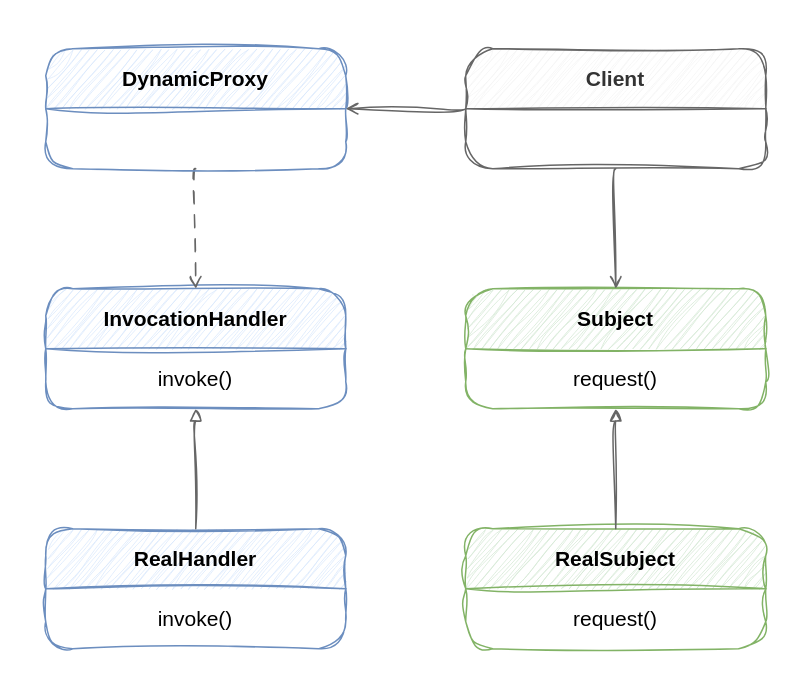
Earlier version of the draw.io diagram page "动态代理" (3 of 3) of assets/Java/JavaCore/Java基础.drawio (dunwu/waterdrop). Source tidied: cells renumbered, new cells numbered last; positions are measured from the earlier drawing's top-left corner, leaving out a move shared by most shapes. Both pictures are drawn from the tidied source at 150%, with x=0, y=0 at pixel (45, 48).
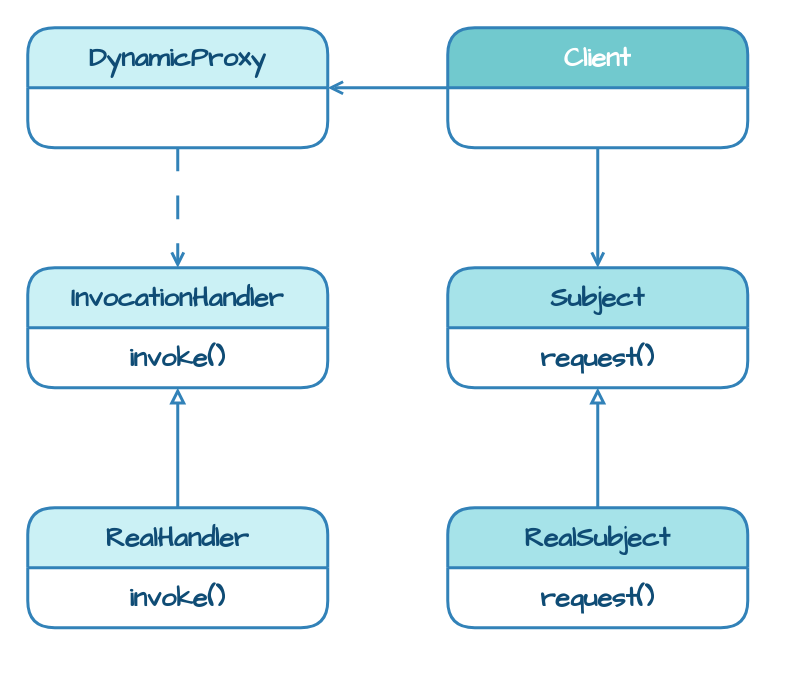
The same diagram, later.

The edit, as a diff of the source:
```diff
@@
 <mxGraphModel>
   <root>
     <mxCell id="0" />
     <mxCell id="1" parent="0" />
-    <mxCell id="2" style="group;" parent="1" vertex="1">
-      <mxGeometry width="480" height="400" as="geometry" />
-    </mxCell>
-    <mxCell id="3" value="InvocationHandler" style="swimlane;fontStyle=1;align=center;verticalAlign=middle;horizontal=1;startSize=40;whiteSpace=wrap;html=1;rounded=1;sketch=1;jiggle=2;curveFitting=1;strokeColor=#6c8ebf;fontFamily=Helvetica;fontSize=14;fillColor=#dae8fc;" parent="2" vertex="1">
-      <mxGeometry y="160" width="200" height="80" as="geometry" />
+    <mxCell id="3" value="InvocationHandler" style="swimlane;fontStyle=1;align=center;verticalAlign=middle;horizontal=1;startSize=40;whiteSpace=wrap;html=1;rounded=1;strokeColor=#3282B8;fontFamily=Comic Sans MS;fontSize=18;fillColor=#CBF1F5;fontColor=#0F4C75;strokeWidth=2;" parent="1" vertex="1">
+      <mxGeometry x="-12" y="146" width="200" height="80" as="geometry" />
     </mxCell>
-    <mxCell id="4" value="invoke()" style="text;strokeColor=none;fillColor=none;align=center;verticalAlign=middle;spacingLeft=4;spacingRight=4;overflow=hidden;whiteSpace=wrap;html=1;fontSize=14;fontFamily=Helvetica;fontColor=default;" parent="3" vertex="1">
+    <mxCell id="4" value="invoke()" style="text;strokeColor=none;fillColor=none;align=center;verticalAlign=middle;spacingLeft=4;spacingRight=4;overflow=hidden;whiteSpace=wrap;html=1;fontSize=18;fontFamily=Comic Sans MS;fontColor=#0F4C75;fontStyle=1;strokeWidth=2;" parent="3" vertex="1">
       <mxGeometry y="40" width="200" height="40" as="geometry" />
     </mxCell>
-    <mxCell id="5" style="edgeStyle=orthogonalEdgeStyle;jettySize=auto;html=1;exitX=0.5;exitY=1;exitDx=0;exitDy=0;entryX=0.5;entryY=0;entryDx=0;entryDy=0;fontFamily=Helvetica;fontSize=14;fontColor=default;endArrow=open;endFill=0;dashed=1;dashPattern=8 8;fillColor=#f5f5f5;strokeColor=#666666;curved=1;sketch=1;curveFitting=1;jiggle=2;" parent="2" edge="1" source="6" target="3">
+    <mxCell id="5" style="edgeStyle=orthogonalEdgeStyle;jettySize=auto;html=1;exitX=0.5;exitY=1;exitDx=0;exitDy=0;entryX=0.5;entryY=0;entryDx=0;entryDy=0;fontFamily=Comic Sans MS;fontSize=18;fontColor=#0F4C75;endArrow=open;endFill=0;dashed=1;dashPattern=8 8;fillColor=#f5f5f5;strokeColor=#3282B8;curved=1;fontStyle=1;strokeWidth=2;" parent="1" edge="1" source="6" target="3">
       <mxGeometry relative="1" as="geometry" />
     </mxCell>
-    <mxCell id="6" value="DynamicProxy" style="swimlane;fontStyle=1;align=center;verticalAlign=middle;horizontal=1;startSize=40;whiteSpace=wrap;html=1;rounded=1;sketch=1;jiggle=2;curveFitting=1;strokeColor=#6c8ebf;fontFamily=Helvetica;fontSize=14;fillColor=#dae8fc;" parent="2" vertex="1">
-      <mxGeometry width="200" height="80" as="geometry" />
+    <mxCell id="6" value="DynamicProxy" style="swimlane;fontStyle=1;align=center;verticalAlign=middle;horizontal=1;startSize=40;whiteSpace=wrap;html=1;rounded=1;strokeColor=#3282B8;fontFamily=Comic Sans MS;fontSize=18;fillColor=#CBF1F5;fontColor=#0F4C75;strokeWidth=2;" parent="1" vertex="1">
+      <mxGeometry x="-12" y="-14" width="200" height="80" as="geometry" />
     </mxCell>
-    <mxCell id="7" value="RealHandler" style="swimlane;fontStyle=1;align=center;verticalAlign=middle;horizontal=1;startSize=40;whiteSpace=wrap;html=1;rounded=1;sketch=1;jiggle=2;curveFitting=1;strokeColor=#6c8ebf;fontFamily=Helvetica;fontSize=14;fillColor=#dae8fc;" parent="2" vertex="1">
-      <mxGeometry y="320" width="200" height="80" as="geometry" />
+    <mxCell id="7" value="RealHandler" style="swimlane;fontStyle=1;align=center;verticalAlign=middle;horizontal=1;startSize=40;whiteSpace=wrap;html=1;rounded=1;strokeColor=#3282B8;fontFamily=Comic Sans MS;fontSize=18;fillColor=#CBF1F5;fontColor=#0F4C75;strokeWidth=2;" parent="1" vertex="1">
+      <mxGeometry x="-12" y="306" width="200" height="80" as="geometry" />
     </mxCell>
-    <mxCell id="8" value="invoke()" style="text;strokeColor=none;fillColor=none;align=center;verticalAlign=middle;spacingLeft=4;spacingRight=4;overflow=hidden;whiteSpace=wrap;html=1;fontSize=14;fontFamily=Helvetica;fontColor=default;" parent="7" vertex="1">
+    <mxCell id="8" value="invoke()" style="text;strokeColor=none;fillColor=none;align=center;verticalAlign=middle;spacingLeft=4;spacingRight=4;overflow=hidden;whiteSpace=wrap;html=1;fontSize=18;fontFamily=Comic Sans MS;fontColor=#0F4C75;fontStyle=1;strokeWidth=2;" parent="7" vertex="1">
       <mxGeometry y="40" width="200" height="40" as="geometry" />
     </mxCell>
-    <mxCell id="9" style="edgeStyle=orthogonalEdgeStyle;jettySize=auto;html=1;entryX=0.5;entryY=0;entryDx=0;entryDy=0;fontFamily=Helvetica;fontSize=14;fontColor=default;startArrow=block;startFill=0;endArrow=none;endFill=0;fillColor=#f5f5f5;strokeColor=#666666;curved=1;sketch=1;curveFitting=1;jiggle=2;" parent="2" edge="1" source="3" target="7">
+    <mxCell id="9" style="edgeStyle=orthogonalEdgeStyle;jettySize=auto;html=1;entryX=0.5;entryY=0;entryDx=0;entryDy=0;fontFamily=Comic Sans MS;fontSize=18;fontColor=#0F4C75;startArrow=block;startFill=0;endArrow=none;endFill=0;fillColor=#f5f5f5;strokeColor=#3282B8;curved=1;fontStyle=1;strokeWidth=2;" parent="1" edge="1" source="3" target="7">
       <mxGeometry relative="1" as="geometry" />
     </mxCell>
-    <mxCell id="10" style="edgeStyle=orthogonalEdgeStyle;jettySize=auto;html=1;exitX=0;exitY=0.5;exitDx=0;exitDy=0;entryX=1;entryY=0.5;entryDx=0;entryDy=0;fontFamily=Helvetica;fontSize=14;fontColor=default;endArrow=open;endFill=0;fillColor=#f5f5f5;strokeColor=#666666;curved=1;sketch=1;curveFitting=1;jiggle=2;" parent="2" edge="1" source="11" target="6">
+    <mxCell id="10" style="edgeStyle=orthogonalEdgeStyle;jettySize=auto;html=1;exitX=0;exitY=0.5;exitDx=0;exitDy=0;entryX=1;entryY=0.5;entryDx=0;entryDy=0;fontFamily=Comic Sans MS;fontSize=18;fontColor=#0F4C75;endArrow=open;endFill=0;fillColor=#f5f5f5;strokeColor=#3282B8;curved=1;fontStyle=1;strokeWidth=2;" parent="1" edge="1" source="11" target="6">
       <mxGeometry relative="1" as="geometry" />
     </mxCell>
-    <mxCell id="11" value="Client" style="swimlane;fontStyle=1;align=center;verticalAlign=middle;horizontal=1;startSize=40;whiteSpace=wrap;html=1;rounded=1;sketch=1;jiggle=2;curveFitting=1;strokeColor=#666666;fontFamily=Helvetica;fontSize=14;fontColor=#333333;fillColor=#f5f5f5;" parent="2" vertex="1">
-      <mxGeometry x="280" width="200" height="80" as="geometry" />
+    <mxCell id="11" value="Client" style="swimlane;fontStyle=1;align=center;verticalAlign=middle;horizontal=1;startSize=40;whiteSpace=wrap;html=1;rounded=1;strokeColor=#3282B8;fontFamily=Comic Sans MS;fontSize=18;fontColor=#FFFFFF;fillColor=#71C9CE;strokeWidth=2;" parent="1" vertex="1">
+      <mxGeometry x="268" y="-14" width="200" height="80" as="geometry" />
     </mxCell>
-    <mxCell id="12" value="Subject" style="swimlane;fontStyle=1;align=center;verticalAlign=middle;horizontal=1;startSize=40;whiteSpace=wrap;html=1;rounded=1;sketch=1;jiggle=2;curveFitting=1;strokeColor=#82b366;fontFamily=Helvetica;fontSize=14;fillColor=#d5e8d4;" parent="2" vertex="1">
-      <mxGeometry x="280" y="160" width="200" height="80" as="geometry" />
+    <mxCell id="12" value="Subject" style="swimlane;fontStyle=1;align=center;verticalAlign=middle;horizontal=1;startSize=40;whiteSpace=wrap;html=1;rounded=1;strokeColor=#3282B8;fontFamily=Comic Sans MS;fontSize=18;fillColor=#A6E3E9;fontColor=#0F4C75;strokeWidth=2;" parent="1" vertex="1">
+      <mxGeometry x="268" y="146" width="200" height="80" as="geometry" />
     </mxCell>
-    <mxCell id="13" value="request()" style="text;strokeColor=none;fillColor=none;align=center;verticalAlign=middle;spacingLeft=4;spacingRight=4;overflow=hidden;whiteSpace=wrap;html=1;fontSize=14;fontFamily=Helvetica;fontColor=default;" parent="12" vertex="1">
+    <mxCell id="13" value="request()" style="text;strokeColor=none;fillColor=none;align=center;verticalAlign=middle;spacingLeft=4;spacingRight=4;overflow=hidden;whiteSpace=wrap;html=1;fontSize=18;fontFamily=Comic Sans MS;fontColor=#0F4C75;fontStyle=1;strokeWidth=2;" parent="12" vertex="1">
       <mxGeometry y="40" width="200" height="40" as="geometry" />
     </mxCell>
-    <mxCell id="14" style="edgeStyle=orthogonalEdgeStyle;jettySize=auto;html=1;entryX=0.5;entryY=0;entryDx=0;entryDy=0;fontFamily=Helvetica;fontSize=14;fontColor=default;endArrow=open;endFill=0;fillColor=#f5f5f5;strokeColor=#666666;curved=1;sketch=1;curveFitting=1;jiggle=2;" parent="2" edge="1" source="11" target="12">
+    <mxCell id="14" style="edgeStyle=orthogonalEdgeStyle;jettySize=auto;html=1;entryX=0.5;entryY=0;entryDx=0;entryDy=0;fontFamily=Comic Sans MS;fontSize=18;fontColor=#0F4C75;endArrow=open;endFill=0;fillColor=#f5f5f5;strokeColor=#3282B8;curved=1;fontStyle=1;strokeWidth=2;" parent="1" edge="1" source="11" target="12">
       <mxGeometry relative="1" as="geometry" />
     </mxCell>
-    <mxCell id="15" value="RealSubject" style="swimlane;fontStyle=1;align=center;verticalAlign=middle;horizontal=1;startSize=40;whiteSpace=wrap;html=1;rounded=1;sketch=1;jiggle=2;curveFitting=1;strokeColor=#82b366;fontFamily=Helvetica;fontSize=14;fillColor=#d5e8d4;" parent="2" vertex="1">
-      <mxGeometry x="280" y="320" width="200" height="80" as="geometry" />
+    <mxCell id="15" value="RealSubject" style="swimlane;fontStyle=1;align=center;verticalAlign=middle;horizontal=1;startSize=40;whiteSpace=wrap;html=1;rounded=1;strokeColor=#3282B8;fontFamily=Comic Sans MS;fontSize=18;fillColor=#A6E3E9;fontColor=#0F4C75;strokeWidth=2;" parent="1" vertex="1">
+      <mxGeometry x="268" y="306" width="200" height="80" as="geometry" />
     </mxCell>
-    <mxCell id="16" value="request()" style="text;strokeColor=none;fillColor=none;align=center;verticalAlign=middle;spacingLeft=4;spacingRight=4;overflow=hidden;whiteSpace=wrap;html=1;fontSize=14;fontFamily=Helvetica;fontColor=default;" parent="15" vertex="1">
+    <mxCell id="16" value="request()" style="text;strokeColor=none;fillColor=none;align=center;verticalAlign=middle;spacingLeft=4;spacingRight=4;overflow=hidden;whiteSpace=wrap;html=1;fontSize=18;fontFamily=Comic Sans MS;fontColor=#0F4C75;fontStyle=1;strokeWidth=2;" parent="15" vertex="1">
       <mxGeometry y="40" width="200" height="40" as="geometry" />
     </mxCell>
-    <mxCell id="17" style="edgeStyle=orthogonalEdgeStyle;jettySize=auto;html=1;fontFamily=Helvetica;fontSize=14;fontColor=default;startArrow=block;startFill=0;endArrow=none;endFill=0;fillColor=#f5f5f5;strokeColor=#666666;curved=1;sketch=1;curveFitting=1;jiggle=2;" parent="2" edge="1" source="12" target="15">
+    <mxCell id="17" style="edgeStyle=orthogonalEdgeStyle;jettySize=auto;html=1;fontFamily=Comic Sans MS;fontSize=18;fontColor=#0F4C75;startArrow=block;startFill=0;endArrow=none;endFill=0;fillColor=#f5f5f5;strokeColor=#3282B8;curved=1;fontStyle=1;strokeWidth=2;" parent="1" edge="1" source="12" target="15">
       <mxGeometry relative="1" as="geometry" />
     </mxCell>
   </root>
 </mxGraphModel>
```
